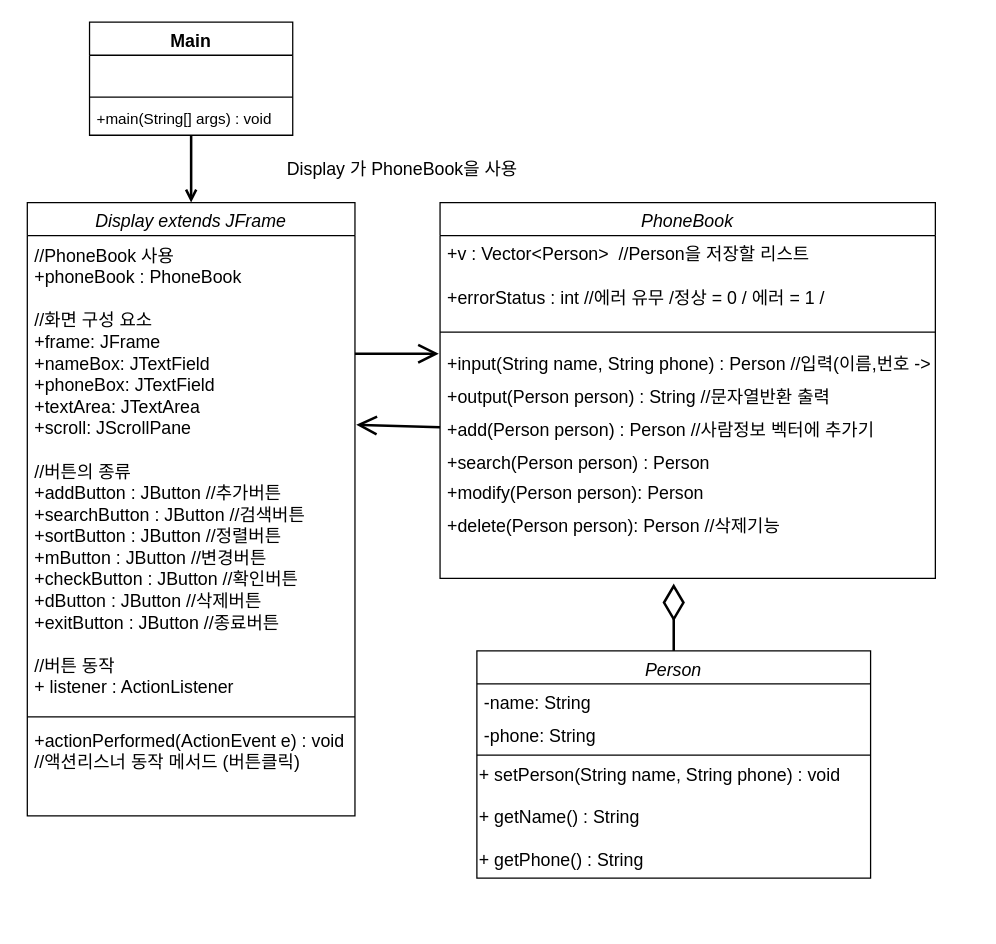
Before: 순서도/전화번호부 클래스다이어그램_java.drawio in skatld123/PH_list_java, a draw.io diagram. Source tidied: cells renumbered, new cells numbered last; positions are measured from the earlier drawing's top-left corner, leaving out a move shared by most shapes. Both pictures are drawn from the tidied source at 127%, with x=0, y=0 at pixel (27, 22).
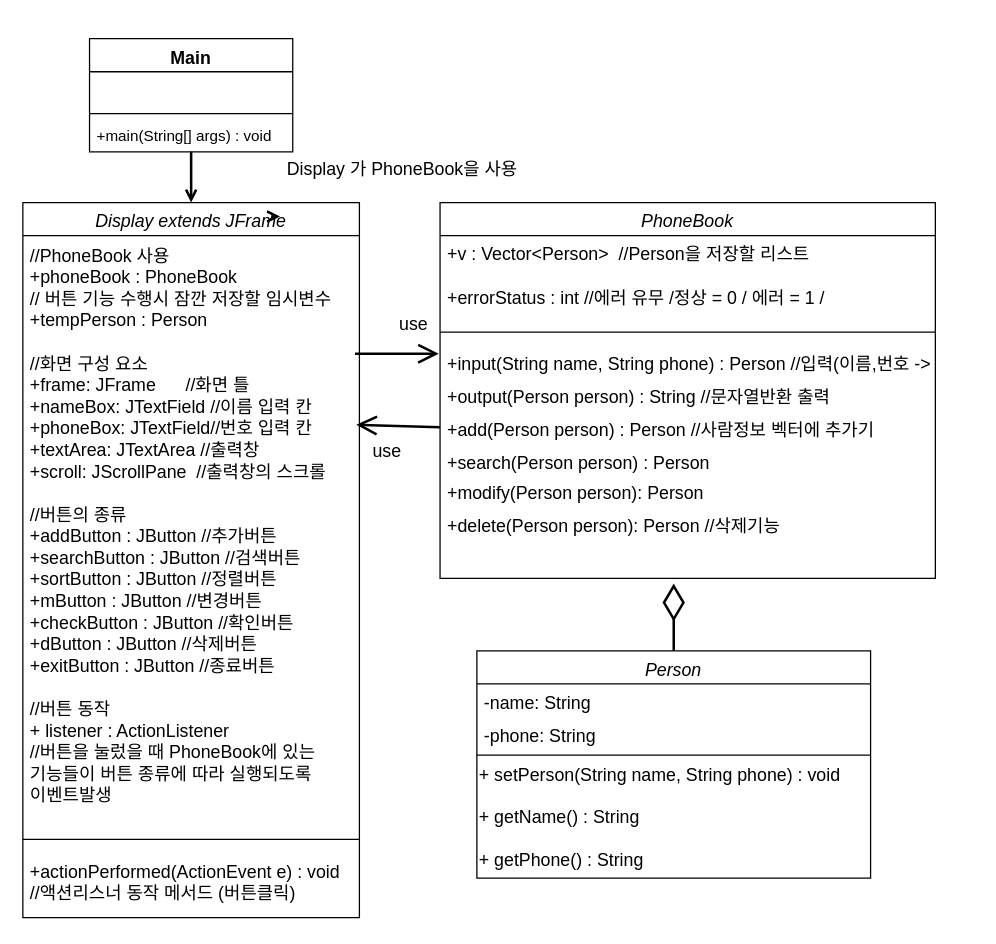
Above is the later version.

Commit message:
전화번호부 클래스다이어그램_java.drawio 업데이트

The change refers to these unchanged cells:
```xml
<mxCell id="7" value="+add(Person person) : Person //사람정보 벡터에 추가기" style="text;strokeColor=none;fillColor=none;align=left;verticalAlign=top;spacingLeft=4;spacingRight=4;overflow=hidden;points=[[0,0.5],[1,0.5]];portConstraint=eastwest;fontSize=14;" parent="2" vertex="1">
  <mxGeometry y="164" width="390" height="26" as="geometry" />
</mxCell>
<mxCell id="26" value="Display 가 PhoneBook을 사용" style="text;html=1;strokeColor=none;fillColor=none;align=center;verticalAlign=middle;whiteSpace=wrap;rounded=0;fontSize=14;" parent="1" vertex="1">
  <mxGeometry x="192" y="78" width="207" height="75" as="geometry" />
</mxCell>
```

Change to the diagram source:
```diff
@@
     <mxCell id="16" value="Display extends JFrame" style="swimlane;fontStyle=2;align=center;verticalAlign=top;horizontal=1;startSize=26;fontSize=14;" parent="1" vertex="1">
-      <mxGeometry y="142" width="258" height="483" as="geometry" />
+      <mxGeometry x="-3.5" y="142" width="265" height="563" as="geometry" />
     </mxCell>
-    <mxCell id="17" value="//PhoneBook 사용&#10;+phoneBook : PhoneBook&#10;&#10;//화면 구성 요소&#10;+frame: JFrame&#10;+nameBox: JTextField&#10;+phoneBox: JTextField&#10;+textArea: JTextArea&#10;+scroll: JScrollPane&#10;&#10;//버튼의 종류&#10;+addButton : JButton //추가버튼&#10;+searchButton : JButton //검색버튼&#10;+sortButton : JButton //정렬버튼&#10;+mButton : JButton //변경버튼&#10;+checkButton : JButton //확인버튼&#10;+dButton : JButton //삭제버튼&#10;+exitButton : JButton //종료버튼&#10;&#10;//버튼 동작&#10;+ listener : ActionListener" style="text;strokeColor=none;fillColor=none;align=left;verticalAlign=top;spacingLeft=4;spacingRight=4;overflow=hidden;spacing=2;spacingTop=1;fontSize=14;" parent="16" vertex="1">
-      <mxGeometry y="26" width="258" height="375" as="geometry" />
+    <mxCell id="17" value="//PhoneBook 사용&#10;+phoneBook : PhoneBook&#10;// 버튼 기능 수행시 잠깐 저장할 임시변수&#10;+tempPerson : Person&#10;&#10;//화면 구성 요소&#10;+frame: JFrame      //화면 틀&#10;+nameBox: JTextField //이름 입력 칸&#10;+phoneBox: JTextField//번호 입력 칸&#10;+textArea: JTextArea //출력창&#10;+scroll: JScrollPane  //출력창의 스크롤&#10;&#10;//버튼의 종류&#10;+addButton : JButton //추가버튼&#10;+searchButton : JButton //검색버튼&#10;+sortButton : JButton //정렬버튼&#10;+mButton : JButton //변경버튼&#10;+checkButton : JButton //확인버튼&#10;+dButton : JButton //삭제버튼&#10;+exitButton : JButton //종료버튼&#10;&#10;//버튼 동작&#10;+ listener : ActionListener&#10;//버튼을 눌렀을 때 PhoneBook에 있는 &#10;기능들이 버튼 종류에 따라 실행되도록 &#10;이벤트발생&#10;" style="text;strokeColor=none;fillColor=none;align=left;verticalAlign=top;spacingLeft=4;spacingRight=4;overflow=hidden;spacing=2;spacingTop=1;fontSize=14;" parent="16" vertex="1">
+      <mxGeometry y="26" width="265" height="465" as="geometry" />
     </mxCell>
     <mxCell id="18" style="line;strokeWidth=1;fillColor=none;align=left;verticalAlign=middle;spacingTop=-1;spacingLeft=3;spacingRight=3;labelPosition=right;fontSize=14;" parent="16" vertex="1">
-      <mxGeometry y="401" width="258" height="8" as="geometry" />
+      <mxGeometry y="491" width="265" height="21" as="geometry" />
     </mxCell>
     <mxCell id="19" value="+actionPerformed(ActionEvent e) : void&#10;//액션리스너 동작 메서드 (버튼클릭)&#10;" style="text;strokeColor=none;fillColor=none;align=left;verticalAlign=top;spacingLeft=4;spacingRight=4;overflow=hidden;fontSize=14;" parent="16" vertex="1">
-      <mxGeometry y="409" width="258" height="74" as="geometry" />
+      <mxGeometry y="512" width="265" height="51" as="geometry" />
     </mxCell>
@@
     <mxCell id="21" value="Main" style="swimlane;fontStyle=1;align=center;verticalAlign=top;horizontal=1;startSize=26;strokeWidth=1;fontSize=14;" parent="1" vertex="1">
-      <mxGeometry x="49" width="160" height="89" as="geometry" />
+      <mxGeometry x="49" y="13" width="160" height="89" as="geometry" />
     </mxCell>
@@
-    <mxCell id="25" style="endArrow=open;endFill=1;endSize=12;html=1;strokeWidth=2;fontSize=14;" parent="1" edge="1">
-      <mxGeometry relative="1" as="geometry">
+    <mxCell id="25" value="use" style="endArrow=open;endFill=1;endSize=12;html=1;strokeWidth=2;fontSize=14;" parent="1" edge="1">
+      <mxGeometry x="0.39" y="23" relative="1" as="geometry">
         <mxPoint x="258" y="261" as="sourcePoint" />
         <mxPoint x="324" y="261" as="targetPoint" />
       </mxGeometry>
     </mxCell>
@@
-    <mxCell id="28" style="endArrow=open;endFill=1;endSize=12;html=1;strokeWidth=2;fontSize=14;exitX=0;exitY=0.5;exitDx=0;exitDy=0;" parent="1" edge="1" source="7">
-      <mxGeometry relative="1" as="geometry">
+    <mxCell id="28" value="use" style="endArrow=open;endFill=1;endSize=12;html=1;strokeWidth=2;fontSize=14;exitX=0;exitY=0.5;exitDx=0;exitDy=0;" parent="1" edge="1" source="7">
+      <mxGeometry x="0.25" y="20" relative="1" as="geometry">
         <mxPoint x="259" y="317" as="targetPoint" />
       </mxGeometry>
     </mxCell>
+    <mxCell id="29" style="edgeStyle=orthogonalEdgeStyle;rounded=0;orthogonalLoop=1;jettySize=auto;html=1;exitX=0;exitY=1;exitDx=0;exitDy=0;entryX=0.034;entryY=1.013;entryDx=0;entryDy=0;entryPerimeter=0;endArrow=open;endFill=0;strokeWidth=2;fontSize=14;" parent="1" edge="1" source="26" target="26">
+      <mxGeometry relative="1" as="geometry" />
+    </mxCell>
```
